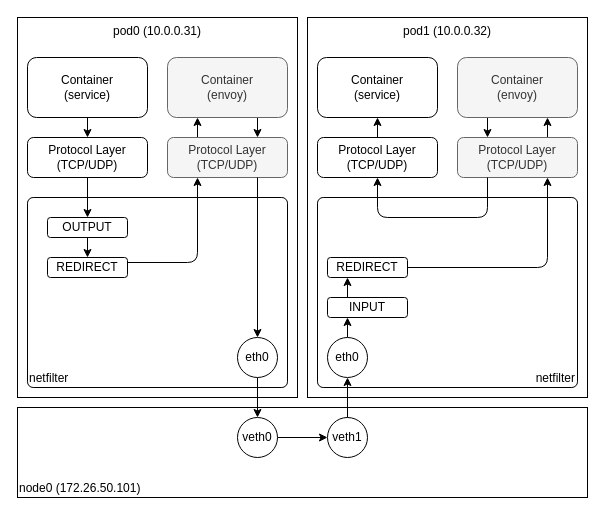
The draw.io diagram page "proxy" (1 of 3) of k8s.istio/k8s.istio.drawio in haruband/codebook, before the edit. Source tidied: cells renumbered, new cells numbered last; positions are measured from the earlier drawing's top-left corner, leaving out a move shared by most shapes. Both pictures are drawn from the tidied source at 100%, with x=0, y=0 at pixel (17, 17).
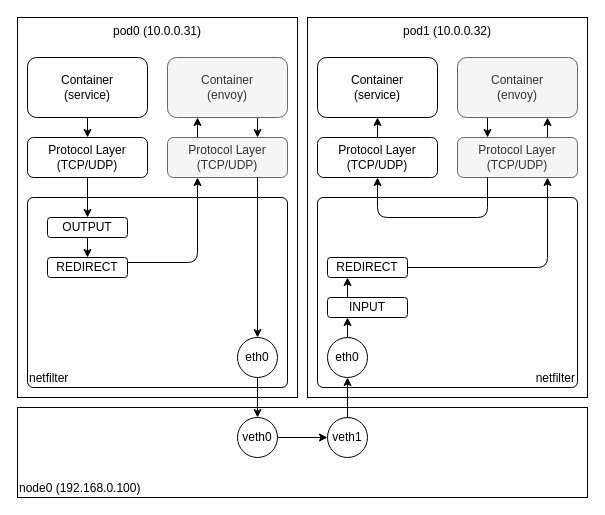
The same diagram, later.

Change to the diagram source:
```diff
@@
-    <mxCell id="3" value="node0 (172.26.50.101)" style="rounded=0;whiteSpace=wrap;html=1;align=left;verticalAlign=bottom;" parent="1" vertex="1">
+    <mxCell id="3" value="node0 (192.168.0.100)" style="rounded=0;whiteSpace=wrap;html=1;align=left;verticalAlign=bottom;" parent="1" vertex="1">
       <mxGeometry y="390" width="570" height="90" as="geometry" />
     </mxCell>
```
